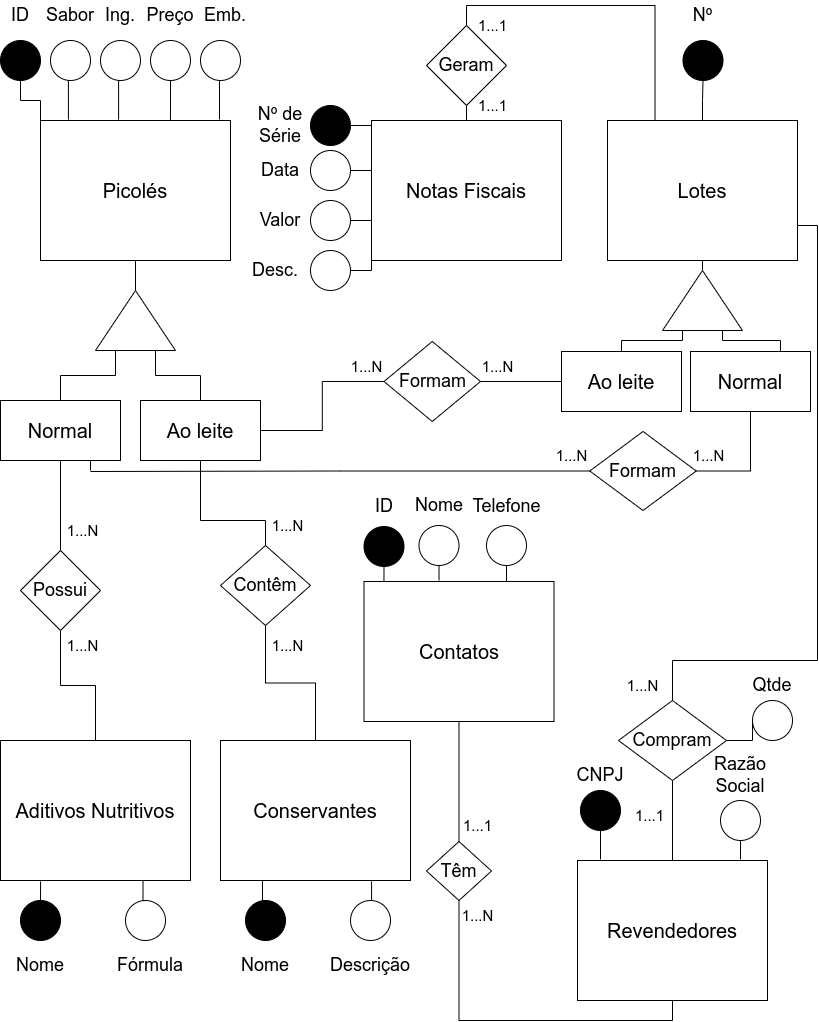
The draw.io diagram Lists/List01/Exec06/Popsicle.drawio.png in RenanGAS/Database-1, before a commit. Source tidied: cells renumbered, new cells last; positions are measured from the earlier drawing's top-left corner, leaving out a move shared by most shapes.
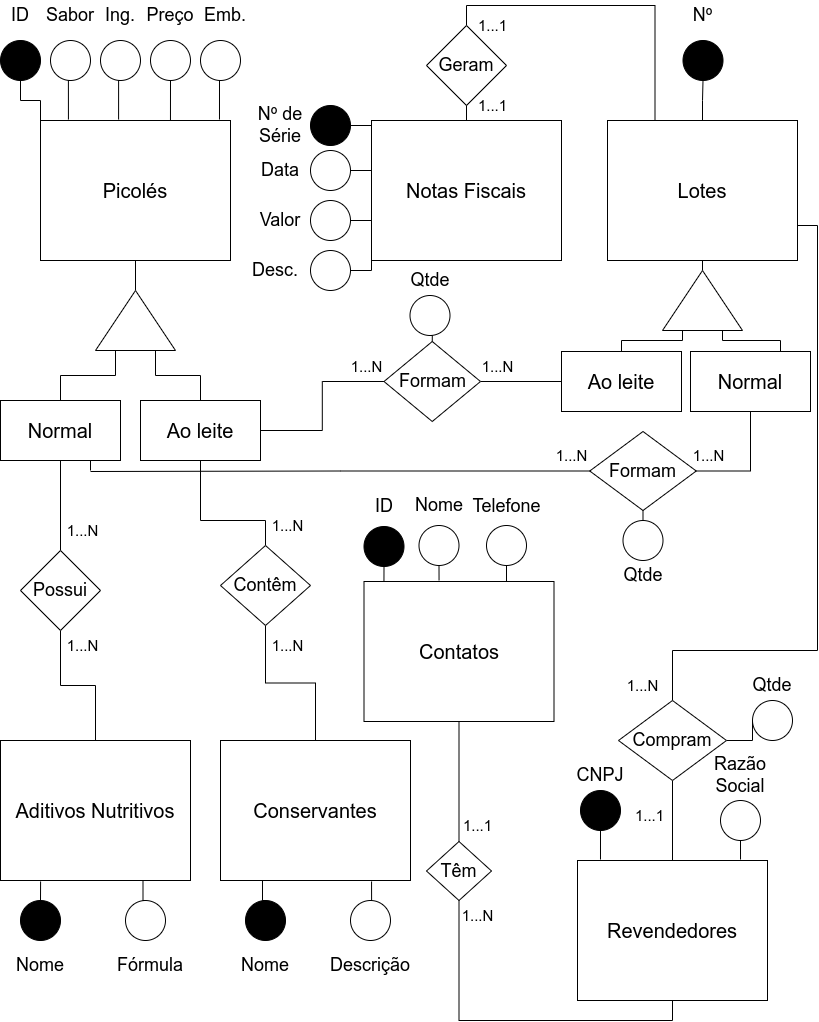
After the change.

Change to the diagram source:
```diff
@@ -27,8 +27,8 @@
       <mxGeometry relative="1" as="geometry">
         <Array as="points">
           <mxPoint x="817" y="225" />
-          <mxPoint x="817" y="660" />
-          <mxPoint x="672" y="660" />
+          <mxPoint x="817" y="650" />
+          <mxPoint x="672" y="650" />
         </Array>
       </mxGeometry>
     </mxCell>
@@ -374,5 +374,23 @@
     <mxCell id="116" value="1...N" style="text;html=1;strokeColor=none;fillColor=none;align=center;verticalAlign=middle;whiteSpace=wrap;rounded=0;fontSize=15;" parent="1" vertex="1">
       <mxGeometry x="691" y="440" width="35" height="30" as="geometry" />
     </mxCell>
+    <mxCell id="117" style="edgeStyle=orthogonalEdgeStyle;rounded=0;jettySize=auto;html=1;exitX=0.5;exitY=1;exitDx=0;exitDy=0;entryX=0.5;entryY=0;entryDx=0;entryDy=0;endArrow=none;endFill=0;" parent="1" edge="1" source="118" target="109">
+      <mxGeometry relative="1" as="geometry" />
+    </mxCell>
+    <mxCell id="118" style="ellipse;whiteSpace=wrap;html=1;fontSize=18;fillColor=none;" parent="1" vertex="1">
+      <mxGeometry x="409.5" y="295" width="40" height="40" as="geometry" />
+    </mxCell>
+    <mxCell id="119" value="Qtde" style="text;html=1;strokeColor=none;fillColor=none;align=center;verticalAlign=middle;whiteSpace=wrap;rounded=0;dashed=1;fontSize=18;" parent="1" vertex="1">
+      <mxGeometry x="404.5" y="265" width="50" height="30" as="geometry" />
+    </mxCell>
+    <mxCell id="120" style="edgeStyle=orthogonalEdgeStyle;rounded=0;jettySize=auto;html=1;exitX=0.5;exitY=0;exitDx=0;exitDy=0;entryX=0.5;entryY=1;entryDx=0;entryDy=0;endArrow=none;endFill=0;" parent="1" edge="1" source="121" target="112">
+      <mxGeometry relative="1" as="geometry" />
+    </mxCell>
+    <mxCell id="121" style="ellipse;whiteSpace=wrap;html=1;fontSize=18;fillColor=none;" parent="1" vertex="1">
+      <mxGeometry x="622.5" y="520" width="40" height="40" as="geometry" />
+    </mxCell>
+    <mxCell id="122" value="Qtde" style="text;html=1;strokeColor=none;fillColor=none;align=center;verticalAlign=middle;whiteSpace=wrap;rounded=0;dashed=1;fontSize=18;" parent="1" vertex="1">
+      <mxGeometry x="618" y="560" width="50" height="30" as="geometry" />
+    </mxCell>
   </root>
 </mxGraphModel>
```
